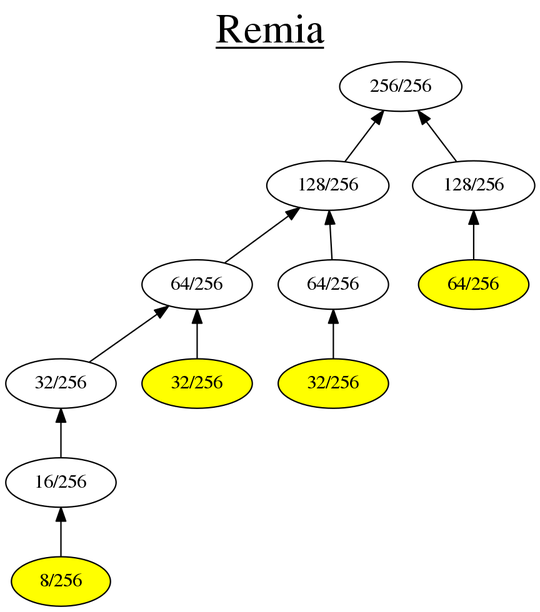
The Graphviz diagram GuiTool/image/Remia/RemiaHeapDot.png in iitramar/guiTool, before a commit. Its source is kept beside it as GuiTool/image/Remia/RemiaHeapDot.dot.
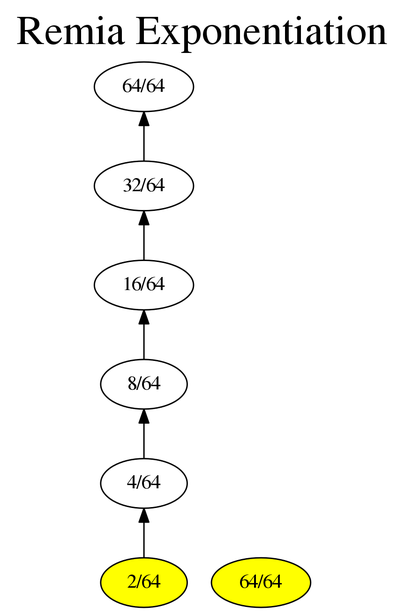
After the change.

The edit, as a diff of the source:
```diff
@@ -1,29 +1,18 @@
 digraph G {
 rankdir = BT;
-graph [label= <<u>Remia</u>> , labelloc=t, fontsize=30];
-101[label= " 256/256 " ];
-202[label= " 128/256 " ];
+graph [label= "Remia Exponentiation", labelloc=t, fontsize=30];
+101[label= " 64/64 " ];
+202[label= " 32/64 " ];
 202->101
-203[label= " 128/256 " ];
-203->101
-404[label= " 64/256 " ];
+404[label= " 16/64 " ];
 404->202
-405[label= " 64/256 " ];
-405->202
-808[label= " 32/256 " ];
+808[label= " 8/64 " ];
 808->404
-809[label= " 32/256 " ];
-809->404
-1616[label= " 16/256 " ];
+1616[label= " 4/64 " ];
 1616->808
-3232[label= " 8/256 " ];
+3232[label= " 2/64 " ];
 3232->1616
 3232[style=filled, fillcolor=yellow];
-809[style=filled, fillcolor=yellow];
-810[label= " 32/256 " ];
-810->405
-810[style=filled, fillcolor=yellow];
-406[label= " 64/256 " ];
-406->203
-406[style=filled, fillcolor=yellow];
+201[label= " 64/64 " ];
+201[style=filled, fillcolor=yellow];
 }
```
